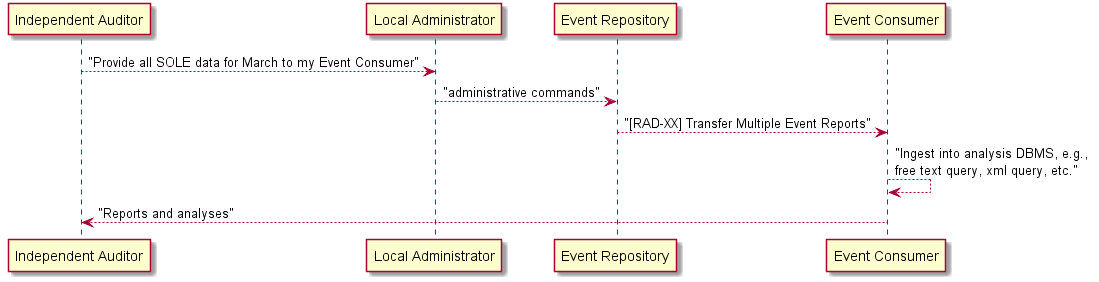
The PlantUML diagram analysis-push.png in rjhorn-agfa/SOLE, before a commit.
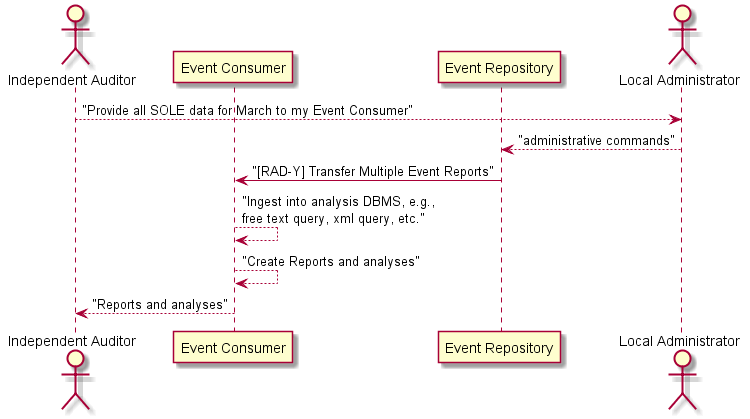
The same diagram one commit later.

Change to the diagram source:
```diff
@@ -1,9 +1,15 @@
 @startuml
+
+actor "Independent Auditor"
+participant "Event Consumer"
+participant "Event Repository"
+actor "Local Administrator"
 
 "Independent Auditor" --> "Local Administrator" : "Provide all SOLE data for March to my Event Consumer"
 "Local Administrator" --> "Event Repository" : "administrative commands"
-"Event Repository" --> "Event Consumer" : "[RAD-XX] Transfer Multiple Event Reports"
+"Event Repository" -> "Event Consumer" : "[RAD-Y] Transfer Multiple Event Reports"
 "Event Consumer" --> "Event Consumer" : "Ingest into analysis DBMS, e.g.,\nfree text query, xml query, etc."
+"Event Consumer" --> "Event Consumer" : "Create Reports and analyses"
 "Event Consumer" --> "Independent Auditor" : "Reports and analyses"
 
 @enduml
```
